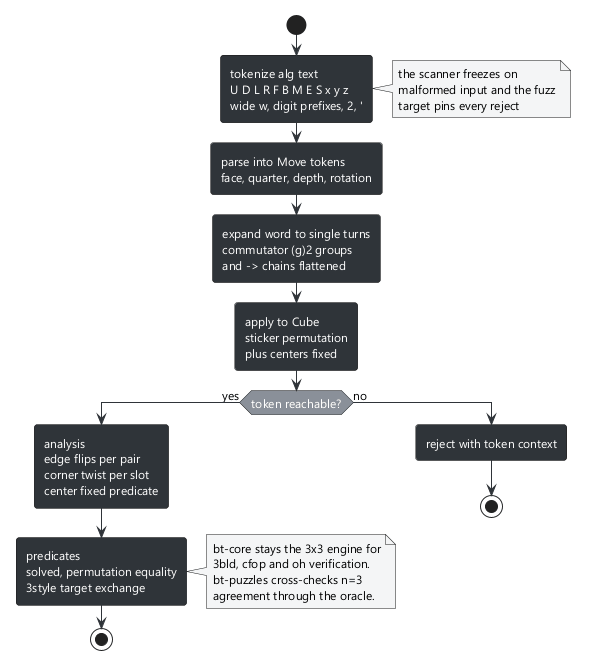
The PlantUML diagram docs/diagrams/02-cube-core.png in lavantien/blind-trainer, before a commit.
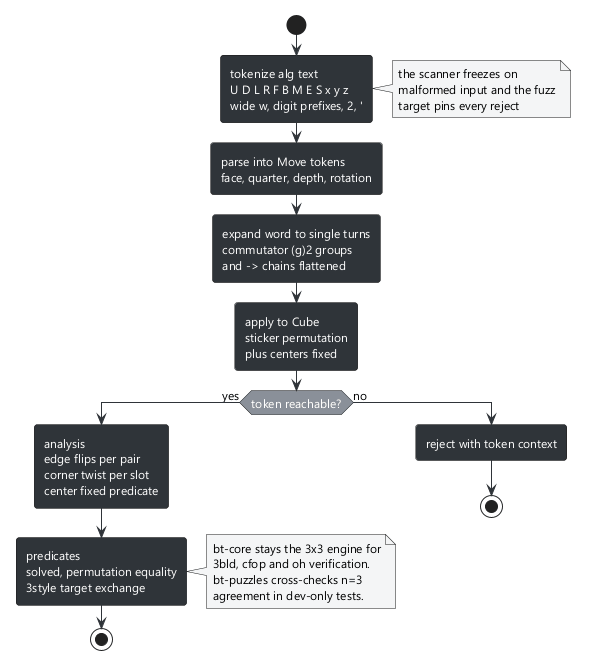
After the change.

Change to the diagram source:
```diff
@@ -21,7 +21,7 @@
     bt-core stays the 3x3 engine for
     3bld, cfop and oh verification.
     bt-puzzles cross-checks n=3
-    agreement through the oracle.
+    agreement in dev-only tests.
   end note
   stop
 else (no)
```
